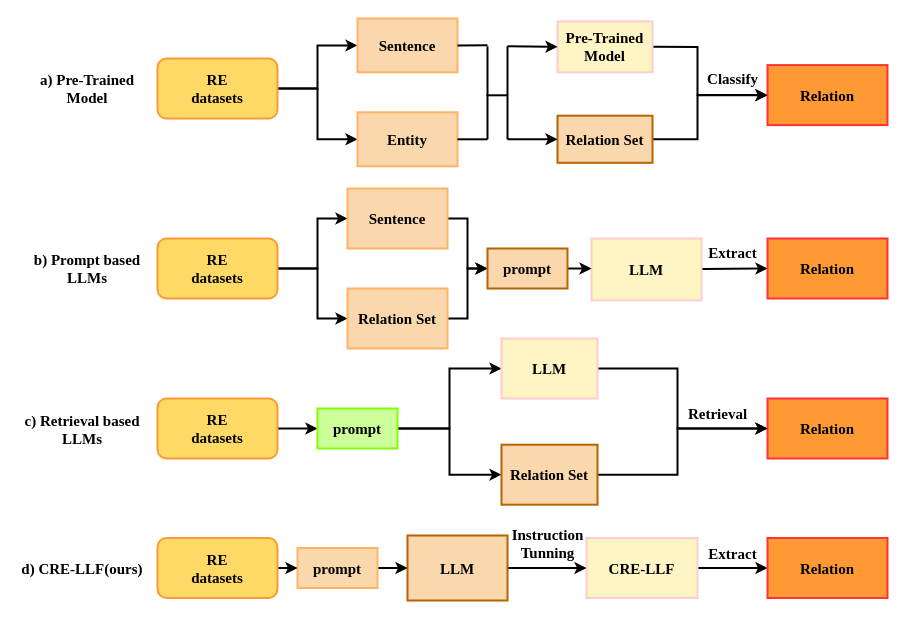
Above: Figure1.drawio in SkyuForever/CRE-LLM (draw.io), before the change. Source tidied: cells renumbered, new cells numbered last; positions are measured from the earlier drawing's top-left corner, leaving out a move shared by most shapes. Both pictures are drawn from the tidied source at 100%, with x=0, y=0 at pixel (17, 18).
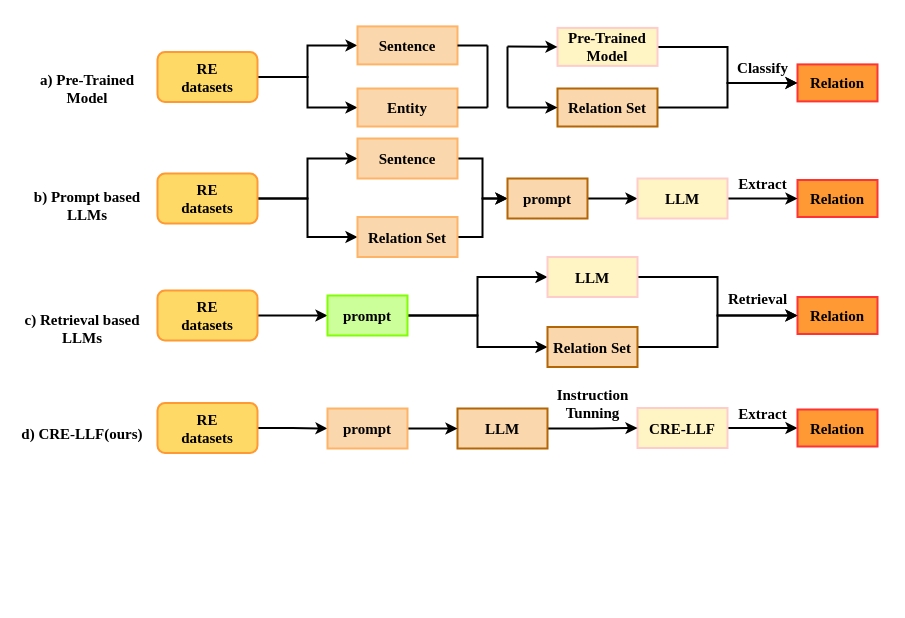
After the change.

What changed in the source:
```diff
@@
     <mxCell id="3" value="&lt;font style=&quot;font-size: 15px;&quot;&gt;RE&lt;br style=&quot;font-size: 15px;&quot;&gt;datasets&lt;/font&gt;" style="rounded=1;whiteSpace=wrap;html=1;fillColor=#FFD966;gradientColor=none;strokeWidth=2;fontFamily=Times New Roman;fontStyle=1;fontSize=15;strokeColor=#FF9933;" parent="1" vertex="1">
-      <mxGeometry x="140" y="519.5" width="120" height="60" as="geometry" />
+      <mxGeometry x="140" y="384.5" width="100" height="50" as="geometry" />
     </mxCell>
     <mxCell id="4" value="&lt;font style=&quot;font-size: 15px;&quot;&gt;Instruction &lt;br style=&quot;font-size: 15px;&quot;&gt;Tunning&lt;/font&gt;" style="text;html=1;align=center;verticalAlign=middle;strokeColor=none;fillColor=none;strokeWidth=2;fontFamily=Times New Roman;fontStyle=1;fontSize=15;" parent="1" vertex="1">
-      <mxGeometry x="480" y="499.5" width="100" height="50" as="geometry" />
+      <mxGeometry x="525" y="360" width="100" height="50" as="geometry" />
     </mxCell>
@@
     <mxCell id="6" value="&lt;font style=&quot;font-size: 15px;&quot;&gt;CRE-LLF&lt;/font&gt;" style="rounded=0;whiteSpace=wrap;html=1;fillColor=#FFF4C3;strokeWidth=2;fontFamily=Times New Roman;fontStyle=1;fontSize=15;strokeColor=#FFCCCC;" parent="1" vertex="1">
-      <mxGeometry x="569" y="519.5" width="111" height="60" as="geometry" />
+      <mxGeometry x="620" y="389.5" width="90" height="40" as="geometry" />
     </mxCell>
     <mxCell id="7" value="d) CRE-LLF(ours)" style="text;html=1;strokeColor=none;fillColor=none;align=center;verticalAlign=middle;whiteSpace=wrap;rounded=0;strokeWidth=2;fontFamily=Times New Roman;fontStyle=1;fontSize=15;" parent="1" vertex="1">
-      <mxGeometry y="534.5" width="130" height="30" as="geometry" />
+      <mxGeometry y="399.5" width="130" height="30" as="geometry" />
     </mxCell>
@@
+    <mxCell id="10" style="edgeStyle=orthogonalEdgeStyle;rounded=0;jettySize=auto;html=1;exitX=1;exitY=0.5;exitDx=0;exitDy=0;entryX=0;entryY=0.5;entryDx=0;entryDy=0;strokeWidth=2;" parent="1" edge="1" source="11" target="12">
+      <mxGeometry relative="1" as="geometry" />
+    </mxCell>
-    <mxCell id="9" style="edgeStyle=orthogonalEdgeStyle;rounded=0;jettySize=auto;html=1;exitX=1;exitY=0.5;exitDx=0;exitDy=0;entryX=0;entryY=0.5;entryDx=0;entryDy=0;strokeWidth=2;fontFamily=Times New Roman;fontStyle=1;fontSize=15;" parent="1" edge="1" source="11" target="13">
+    <mxCell id="9" style="edgeStyle=orthogonalEdgeStyle;rounded=0;jettySize=auto;html=1;exitX=1;exitY=0.5;exitDx=0;exitDy=0;entryX=0;entryY=0.5;entryDx=0;entryDy=0;strokeWidth=2;" parent="1" edge="1" source="11" target="13">
       <mxGeometry relative="1" as="geometry" />
     </mxCell>
-    <mxCell id="10" style="edgeStyle=orthogonalEdgeStyle;rounded=0;jettySize=auto;html=1;exitX=1;exitY=0.5;exitDx=0;exitDy=0;entryX=0;entryY=0.5;entryDx=0;entryDy=0;strokeWidth=2;" parent="1" edge="1" source="11" target="12">
-      <mxGeometry relative="1" as="geometry" />
-    </mxCell>
     <mxCell id="11" value="&lt;font style=&quot;font-size: 15px;&quot;&gt;RE&lt;br style=&quot;font-size: 15px;&quot;&gt;datasets&lt;/font&gt;" style="rounded=1;whiteSpace=wrap;html=1;fillColor=#FFD966;gradientColor=none;strokeWidth=2;fontFamily=Times New Roman;fontStyle=1;fontSize=15;strokeColor=#FF9933;" parent="1" vertex="1">
-      <mxGeometry x="140" y="40" width="120" height="60" as="geometry" />
+      <mxGeometry x="140" y="33.5" width="100" height="50" as="geometry" />
     </mxCell>
     <mxCell id="12" value="Sentence" style="rounded=0;whiteSpace=wrap;html=1;fillColor=#FAD7AC;strokeColor=#FFB366;strokeWidth=2;fontFamily=Times New Roman;fontStyle=1;fontSize=15;" parent="1" vertex="1">
-      <mxGeometry x="340" width="100" height="53.8" as="geometry" />
+      <mxGeometry x="340" y="7.9" width="100" height="38" as="geometry" />
     </mxCell>
     <mxCell id="13" value="Entity" style="rounded=0;whiteSpace=wrap;html=1;fillColor=#FAD7AC;strokeWidth=2;fontFamily=Times New Roman;fontStyle=1;fontSize=15;strokeColor=#FFB366;" parent="1" vertex="1">
-      <mxGeometry x="340" y="93.8" width="100" height="54" as="geometry" />
+      <mxGeometry x="340" y="70" width="100" height="38" as="geometry" />
     </mxCell>
-    <mxCell id="14" style="edgeStyle=orthogonalEdgeStyle;rounded=0;jettySize=auto;html=1;exitX=1;exitY=0.5;exitDx=0;exitDy=0;entryX=0;entryY=0.5;entryDx=0;entryDy=0;fontFamily=Times New Roman;fontStyle=1;fontSize=15;strokeWidth=2;" parent="1" edge="1" source="15" target="16">
-      <mxGeometry relative="1" as="geometry">
-        <Array as="points">
-          <mxPoint x="680" y="28.8" />
-          <mxPoint x="680" y="76.8" />
-        </Array>
-      </mxGeometry>
+    <mxCell id="14" style="edgeStyle=orthogonalEdgeStyle;rounded=0;jettySize=auto;html=1;exitX=1;exitY=0.5;exitDx=0;exitDy=0;entryX=0;entryY=0.5;entryDx=0;entryDy=0;strokeWidth=2;" parent="1" edge="1" source="15" target="16">
+      <mxGeometry relative="1" as="geometry" />
     </mxCell>
     <mxCell id="15" value="&lt;span style=&quot;font-size: 15px;&quot;&gt;Pre-Trained&lt;br&gt;Model&lt;br&gt;&lt;/span&gt;" style="rounded=0;whiteSpace=wrap;html=1;fillColor=#FFF4C3;strokeWidth=2;fontFamily=Times New Roman;fontStyle=1;fontSize=15;strokeColor=#FFCCCC;" parent="1" vertex="1">
-      <mxGeometry x="540" y="2.9" width="95" height="50.9" as="geometry" />
+      <mxGeometry x="540" y="9.4" width="100" height="38" as="geometry" />
     </mxCell>
     <mxCell id="16" value="&lt;font style=&quot;font-size: 15px;&quot;&gt;Relation&lt;/font&gt;" style="whiteSpace=wrap;html=1;rounded=0;fillColor=#FF9933;strokeWidth=2;fontFamily=Times New Roman;fontStyle=1;fontSize=15;strokeColor=#FF3333;" parent="1" vertex="1">
-      <mxGeometry x="750" y="46.6" width="120" height="60" as="geometry" />
+      <mxGeometry x="780" y="45.9" width="80" height="37" as="geometry" />
     </mxCell>
     <mxCell id="17" value="Classify" style="text;html=1;align=center;verticalAlign=middle;strokeColor=none;fillColor=none;strokeWidth=2;fontFamily=Times New Roman;fontStyle=1;fontSize=15;" parent="1" vertex="1">
-      <mxGeometry x="680" y="45.4" width="70" height="30" as="geometry" />
+      <mxGeometry x="710" y="33.5" width="70" height="30" as="geometry" />
     </mxCell>
     <mxCell id="18" value="Relation" style="whiteSpace=wrap;html=1;fillColor=#FF9933;rounded=0;strokeWidth=2;fontFamily=Times New Roman;fontStyle=1;fontSize=15;strokeColor=#FF3333;" parent="1" vertex="1">
-      <mxGeometry x="750" y="519.5" width="120" height="60" as="geometry" />
+      <mxGeometry x="780" y="391" width="80" height="37" as="geometry" />
     </mxCell>
-    <mxCell id="19" style="edgeStyle=orthogonalEdgeStyle;rounded=0;jettySize=auto;html=1;exitX=1;exitY=0.5;exitDx=0;exitDy=0;entryX=0;entryY=0.5;entryDx=0;entryDy=0;strokeWidth=2;fontFamily=Times New Roman;fontStyle=1;fontSize=15;" parent="1" edge="1" source="21" target="23">
-      <mxGeometry relative="1" as="geometry">
-        <Array as="points">
-          <mxPoint x="300" y="250" />
-          <mxPoint x="300" y="200" />
-        </Array>
-      </mxGeometry>
+    <mxCell id="19" style="edgeStyle=orthogonalEdgeStyle;rounded=0;jettySize=auto;html=1;exitX=1;exitY=0.5;exitDx=0;exitDy=0;entryX=0;entryY=0.5;entryDx=0;entryDy=0;strokeWidth=2;" parent="1" edge="1" source="21" target="23">
+      <mxGeometry relative="1" as="geometry" />
     </mxCell>
-    <mxCell id="20" style="edgeStyle=orthogonalEdgeStyle;rounded=0;jettySize=auto;html=1;exitX=1;exitY=0.5;exitDx=0;exitDy=0;entryX=0;entryY=0.5;entryDx=0;entryDy=0;strokeWidth=2;fontFamily=Times New Roman;fontStyle=1;fontSize=15;" parent="1" edge="1" source="21" target="25">
-      <mxGeometry relative="1" as="geometry">
-        <Array as="points">
-          <mxPoint x="300" y="250" />
-          <mxPoint x="300" y="300" />
-        </Array>
-      </mxGeometry>
+    <mxCell id="20" style="edgeStyle=orthogonalEdgeStyle;rounded=0;jettySize=auto;html=1;exitX=1;exitY=0.5;exitDx=0;exitDy=0;entryX=0;entryY=0.5;entryDx=0;entryDy=0;strokeWidth=2;" parent="1" edge="1" source="21" target="25">
+      <mxGeometry relative="1" as="geometry" />
     </mxCell>
     <mxCell id="21" value="&lt;font style=&quot;font-size: 15px;&quot;&gt;RE&lt;br style=&quot;font-size: 15px;&quot;&gt;datasets&lt;/font&gt;" style="rounded=1;whiteSpace=wrap;html=1;fillColor=#FFD966;gradientColor=none;strokeWidth=2;fontFamily=Times New Roman;fontStyle=1;fontSize=15;strokeColor=#FF9933;" parent="1" vertex="1">
-      <mxGeometry x="140" y="220" width="120" height="60" as="geometry" />
+      <mxGeometry x="140" y="155" width="100" height="50" as="geometry" />
     </mxCell>
@@
     <mxCell id="23" value="Sentence" style="rounded=0;whiteSpace=wrap;html=1;fillColor=#FAD7AC;strokeColor=#FFB366;strokeWidth=2;fontFamily=Times New Roman;fontStyle=1;fontSize=15;" parent="1" vertex="1">
-      <mxGeometry x="330" y="170" width="100" height="60" as="geometry" />
+      <mxGeometry x="340" y="120" width="100" height="40" as="geometry" />
     </mxCell>
@@
     <mxCell id="25" value="Relation Set" style="rounded=0;whiteSpace=wrap;html=1;fillColor=#FAD7AC;strokeWidth=2;fontFamily=Times New Roman;fontStyle=1;fontSize=15;strokeColor=#FFB366;" parent="1" vertex="1">
-      <mxGeometry x="330" y="270" width="100" height="60" as="geometry" />
+      <mxGeometry x="340" y="198.5" width="100" height="40" as="geometry" />
     </mxCell>
-    <mxCell id="26" style="edgeStyle=orthogonalEdgeStyle;rounded=0;jettySize=auto;html=1;exitX=1;exitY=0.5;exitDx=0;exitDy=0;entryX=0;entryY=0.5;entryDx=0;entryDy=0;strokeWidth=2;fontFamily=Times New Roman;fontStyle=1;fontSize=15;" parent="1" edge="1" target="27">
-      <mxGeometry relative="1" as="geometry">
-        <mxPoint x="620" y="250" as="sourcePoint" />
-      </mxGeometry>
-    </mxCell>
     <mxCell id="27" value="&lt;font style=&quot;font-size: 15px;&quot;&gt;Relation&lt;/font&gt;" style="whiteSpace=wrap;html=1;rounded=0;fillColor=#FF9933;strokeWidth=2;fontFamily=Times New Roman;fontStyle=1;fontSize=15;strokeColor=#FF3333;" parent="1" vertex="1">
-      <mxGeometry x="750" y="220" width="120" height="60" as="geometry" />
+      <mxGeometry x="780" y="161.5" width="80" height="37" as="geometry" />
     </mxCell>
-    <mxCell id="28" value="&lt;font style=&quot;font-size: 15px;&quot;&gt;LLM&lt;/font&gt;" style="rounded=0;whiteSpace=wrap;html=1;fillColor=#FFF4C3;strokeWidth=2;fontFamily=Times New Roman;fontStyle=1;fontSize=15;strokeColor=#FFCCCC;" parent="1" vertex="1">
-      <mxGeometry x="574" y="220" width="110" height="61.9" as="geometry" />
-    </mxCell>
-    <mxCell id="29" style="edgeStyle=orthogonalEdgeStyle;rounded=0;jettySize=auto;html=1;exitX=1;exitY=0.5;exitDx=0;exitDy=0;entryX=0;entryY=0.5;entryDx=0;entryDy=0;strokeWidth=2;fontFamily=Times New Roman;fontStyle=1;fontSize=15;" parent="1" edge="1" source="30" target="28">
+    <mxCell id="29" style="edgeStyle=orthogonalEdgeStyle;rounded=0;jettySize=auto;html=1;exitX=1;exitY=0.5;exitDx=0;exitDy=0;strokeWidth=2;" parent="1" edge="1" source="30" target="28">
       <mxGeometry relative="1" as="geometry" />
     </mxCell>
     <mxCell id="30" value="prompt" style="rounded=0;whiteSpace=wrap;html=1;fillColor=#FAD7AC;strokeWidth=2;fontFamily=Times New Roman;fontStyle=1;fontSize=15;strokeColor=#B46504;" parent="1" vertex="1">
-      <mxGeometry x="470" y="230" width="80" height="40" as="geometry" />
+      <mxGeometry x="490" y="160" width="80" height="40" as="geometry" />
     </mxCell>
@@
     <mxCell id="32" value="&lt;font style=&quot;font-size: 15px;&quot;&gt;LLM&lt;/font&gt;" style="rounded=0;whiteSpace=wrap;html=1;fillColor=#fad7ac;strokeColor=#b46504;strokeWidth=2;fontFamily=Times New Roman;fontStyle=1;fontSize=15;" parent="1" vertex="1">
-      <mxGeometry x="390" y="517" width="100" height="65" as="geometry" />
+      <mxGeometry x="440" y="390" width="90" height="40" as="geometry" />
     </mxCell>
@@
     <mxCell id="34" value="prompt" style="rounded=0;whiteSpace=wrap;html=1;fillColor=#FAD7AC;strokeWidth=2;fontFamily=Times New Roman;fontStyle=1;fontSize=15;strokeColor=#FFB366;" parent="1" vertex="1">
-      <mxGeometry x="280" y="529.5" width="80" height="40" as="geometry" />
+      <mxGeometry x="310" y="390" width="80" height="40" as="geometry" />
     </mxCell>
     <mxCell id="35" value="b) Prompt based LLMs" style="text;html=1;strokeColor=none;fillColor=none;align=center;verticalAlign=middle;whiteSpace=wrap;rounded=0;strokeWidth=2;fontFamily=Times New Roman;fontStyle=1;fontSize=15;" parent="1" vertex="1">
-      <mxGeometry x="15" y="235" width="110" height="30" as="geometry" />
+      <mxGeometry x="15" y="171.5" width="110" height="30" as="geometry" />
     </mxCell>
     <mxCell id="36" value="Extract" style="text;html=1;align=center;verticalAlign=middle;strokeColor=none;fillColor=none;strokeWidth=2;fontFamily=Times New Roman;fontStyle=1;fontSize=15;" parent="1" vertex="1">
-      <mxGeometry x="680" y="219.1" width="70" height="30" as="geometry" />
+      <mxGeometry x="710" y="150" width="70" height="30" as="geometry" />
     </mxCell>
@@
     <mxCell id="38" value="&lt;font style=&quot;font-size: 15px;&quot;&gt;RE&lt;br style=&quot;font-size: 15px;&quot;&gt;datasets&lt;/font&gt;" style="rounded=1;whiteSpace=wrap;html=1;fillColor=#FFD966;gradientColor=none;strokeWidth=2;fontFamily=Times New Roman;fontStyle=1;fontSize=15;strokeColor=#FF9933;" parent="1" vertex="1">
-      <mxGeometry x="140" y="380" width="120" height="60" as="geometry" />
+      <mxGeometry x="140" y="272" width="100" height="50" as="geometry" />
     </mxCell>
     <mxCell id="39" value="Relation" style="whiteSpace=wrap;html=1;rounded=0;fillColor=#FF9933;strokeWidth=2;fontFamily=Times New Roman;fontStyle=1;fontSize=15;strokeColor=#FF3333;" parent="1" vertex="1">
-      <mxGeometry x="750" y="380" width="120" height="60" as="geometry" />
+      <mxGeometry x="780" y="278.5" width="80" height="37" as="geometry" />
     </mxCell>
@@
     <mxCell id="42" value="prompt" style="rounded=0;whiteSpace=wrap;html=1;fillColor=#CCFF99;strokeWidth=2;fontFamily=Times New Roman;fontStyle=1;fontSize=15;strokeColor=#80FF00;" parent="1" vertex="1">
-      <mxGeometry x="300" y="390" width="80" height="40" as="geometry" />
+      <mxGeometry x="310" y="277" width="80" height="40" as="geometry" />
     </mxCell>
     <mxCell id="43" value="c) Retrieval based LLMs" style="text;html=1;strokeColor=none;fillColor=none;align=center;verticalAlign=middle;whiteSpace=wrap;rounded=0;strokeWidth=2;fontFamily=Times New Roman;fontStyle=1;fontSize=15;" parent="1" vertex="1">
-      <mxGeometry x="5" y="396.2" width="120" height="30" as="geometry" />
+      <mxGeometry x="5" y="294.8" width="120" height="30" as="geometry" />
     </mxCell>
     <mxCell id="44" value="Retrieval" style="text;html=1;align=center;verticalAlign=middle;strokeColor=none;fillColor=none;strokeWidth=2;fontFamily=Times New Roman;fontStyle=1;fontSize=15;" parent="1" vertex="1">
-      <mxGeometry x="660" y="380" width="80" height="30" as="geometry" />
+      <mxGeometry x="700" y="264.8" width="80" height="30" as="geometry" />
     </mxCell>
-    <mxCell id="45" style="edgeStyle=orthogonalEdgeStyle;rounded=0;jettySize=auto;html=1;exitX=1;exitY=0.5;exitDx=0;exitDy=0;entryX=0;entryY=0.5;entryDx=0;entryDy=0;fontStyle=1;fontSize=15;fontFamily=Times New Roman;strokeWidth=2;" parent="1" edge="1" source="46" target="39">
-      <mxGeometry relative="1" as="geometry">
-        <Array as="points">
-          <mxPoint x="660" y="350" />
-          <mxPoint x="660" y="410" />
-        </Array>
-      </mxGeometry>
+    <mxCell id="45" style="edgeStyle=orthogonalEdgeStyle;rounded=0;jettySize=auto;html=1;exitX=1;exitY=0.5;exitDx=0;exitDy=0;entryX=0;entryY=0.5;entryDx=0;entryDy=0;strokeWidth=2;" parent="1" edge="1" source="46" target="39">
+      <mxGeometry relative="1" as="geometry" />
     </mxCell>
     <mxCell id="46" value="&lt;font style=&quot;font-size: 15px;&quot;&gt;LLM&lt;/font&gt;" style="rounded=0;whiteSpace=wrap;html=1;fillColor=#FFF4C3;strokeWidth=2;fontFamily=Times New Roman;fontStyle=1;fontSize=15;strokeColor=#FFCCCC;" parent="1" vertex="1">
-      <mxGeometry x="484" y="320" width="96" height="60" as="geometry" />
+      <mxGeometry x="530" y="238.5" width="90" height="40" as="geometry" />
     </mxCell>
     <mxCell id="47" value="Extract" style="text;html=1;align=center;verticalAlign=middle;strokeColor=none;fillColor=none;strokeWidth=2;fontFamily=Times New Roman;fontStyle=1;fontSize=15;" parent="1" vertex="1">
-      <mxGeometry x="680" y="519.5" width="70" height="30" as="geometry" />
+      <mxGeometry x="710" y="380" width="70" height="30" as="geometry" />
     </mxCell>
-    <mxCell id="48" style="edgeStyle=orthogonalEdgeStyle;rounded=0;jettySize=auto;html=1;exitX=1;exitY=0.5;exitDx=0;exitDy=0;fontFamily=Times New Roman;fontStyle=1;fontSize=15;strokeWidth=2;" parent="1" edge="1" source="49" target="16">
-      <mxGeometry relative="1" as="geometry">
-        <Array as="points">
-          <mxPoint x="680" y="120.8" />
-          <mxPoint x="680" y="76.8" />
-        </Array>
-      </mxGeometry>
+    <mxCell id="48" style="edgeStyle=orthogonalEdgeStyle;rounded=0;jettySize=auto;html=1;exitX=1;exitY=0.5;exitDx=0;exitDy=0;entryX=0;entryY=0.5;entryDx=0;entryDy=0;strokeWidth=2;" parent="1" edge="1" source="49" target="16">
+      <mxGeometry relative="1" as="geometry" />
     </mxCell>
     <mxCell id="49" value="Relation Set" style="rounded=0;whiteSpace=wrap;html=1;fillColor=#FAD7AC;strokeWidth=2;fontFamily=Times New Roman;fontStyle=1;fontSize=15;strokeColor=#B46504;" parent="1" vertex="1">
-      <mxGeometry x="540" y="97.2" width="95" height="47.1" as="geometry" />
+      <mxGeometry x="540" y="70" width="100" height="38" as="geometry" />
     </mxCell>
-    <mxCell id="50" style="edgeStyle=orthogonalEdgeStyle;rounded=0;jettySize=auto;html=1;exitX=1;exitY=0.5;exitDx=0;exitDy=0;entryX=0;entryY=0.5;entryDx=0;entryDy=0;fontSize=15;fontStyle=1;fontFamily=Times New Roman;strokeWidth=2;" parent="1" edge="1" source="51" target="39">
-      <mxGeometry relative="1" as="geometry">
-        <Array as="points">
-          <mxPoint x="660" y="456" />
-          <mxPoint x="660" y="410" />
-        </Array>
-      </mxGeometry>
+    <mxCell id="50" style="edgeStyle=orthogonalEdgeStyle;rounded=0;jettySize=auto;html=1;exitX=1;exitY=0.5;exitDx=0;exitDy=0;entryX=0;entryY=0.5;entryDx=0;entryDy=0;strokeWidth=2;" parent="1" edge="1" source="51" target="39">
+      <mxGeometry relative="1" as="geometry" />
     </mxCell>
     <mxCell id="51" value="Relation Set" style="rounded=0;whiteSpace=wrap;html=1;fillColor=#FAD7AC;strokeWidth=2;fontFamily=Times New Roman;fontStyle=1;fontSize=15;strokeColor=#B46504;" parent="1" vertex="1">
-      <mxGeometry x="484" y="426.2" width="96" height="60" as="geometry" />
+      <mxGeometry x="530" y="308.5" width="90" height="40" as="geometry" />
     </mxCell>
     <mxCell id="52" style="endArrow=none;html=1;rounded=0;fontFamily=Times New Roman;fontStyle=1;fontSize=15;strokeWidth=2;" parent="1" edge="1">
       <mxGeometry relative="1" as="geometry">
-        <mxPoint x="470" y="120.8" as="sourcePoint" />
-        <mxPoint x="470" y="27.8" as="targetPoint" />
+        <mxPoint x="470" y="89" as="sourcePoint" />
+        <mxPoint x="470" y="27" as="targetPoint" />
       </mxGeometry>
     </mxCell>
-    <mxCell id="53" style="endArrow=none;html=1;rounded=0;fontFamily=Times New Roman;fontStyle=1;fontSize=15;strokeWidth=2;" parent="1" edge="1">
-      <mxGeometry relative="1" as="geometry">
-        <mxPoint x="469" y="76.8" as="sourcePoint" />
-        <mxPoint x="490" y="76.8" as="targetPoint" />
-      </mxGeometry>
-    </mxCell>
     <mxCell id="54" style="endArrow=classic;html=1;rounded=0;entryX=0;entryY=0.5;entryDx=0;entryDy=0;fontFamily=Times New Roman;fontStyle=1;fontSize=15;strokeWidth=2;" parent="1" edge="1" target="15">
       <mxGeometry relative="1" as="geometry">
-        <mxPoint x="490" y="27.8" as="sourcePoint" />
+        <mxPoint x="490" y="28" as="sourcePoint" />
       </mxGeometry>
     </mxCell>
     <mxCell id="55" style="endArrow=classic;html=1;rounded=0;entryX=0;entryY=0.5;entryDx=0;entryDy=0;fontFamily=Times New Roman;fontStyle=1;fontSize=15;strokeWidth=2;" parent="1" edge="1" target="49">
       <mxGeometry relative="1" as="geometry">
-        <mxPoint x="490" y="120.8" as="sourcePoint" />
+        <mxPoint x="490" y="89" as="sourcePoint" />
       </mxGeometry>
     </mxCell>
     <mxCell id="56" style="endArrow=none;html=1;rounded=0;entryX=1;entryY=0.5;entryDx=0;entryDy=0;strokeWidth=2;" parent="1" edge="1" target="12">
       <mxGeometry relative="1" as="geometry">
-        <mxPoint x="470" y="26.8" as="sourcePoint" />
+        <mxPoint x="470" y="27" as="sourcePoint" />
       </mxGeometry>
     </mxCell>
     <mxCell id="57" style="endArrow=none;html=1;rounded=0;exitX=1;exitY=0.5;exitDx=0;exitDy=0;strokeWidth=2;" parent="1" edge="1" source="13">
       <mxGeometry relative="1" as="geometry">
-        <mxPoint x="470" y="120.8" as="targetPoint" />
+        <mxPoint x="470" y="89" as="targetPoint" />
       </mxGeometry>
     </mxCell>
     <mxCell id="58" style="endArrow=none;html=1;rounded=0;fontFamily=Times New Roman;fontStyle=1;fontSize=15;strokeWidth=2;" parent="1" edge="1">
       <mxGeometry relative="1" as="geometry">
-        <mxPoint x="490" y="120.8" as="sourcePoint" />
-        <mxPoint x="490" y="27.8" as="targetPoint" />
+        <mxPoint x="490" y="89" as="sourcePoint" />
+        <mxPoint x="490" y="28" as="targetPoint" />
       </mxGeometry>
     </mxCell>
+    <mxCell id="59" style="edgeStyle=orthogonalEdgeStyle;rounded=0;jettySize=auto;html=1;exitX=1;exitY=0.5;exitDx=0;exitDy=0;entryX=0;entryY=0.5;entryDx=0;entryDy=0;strokeWidth=2;" parent="1" edge="1" source="28" target="27">
+      <mxGeometry relative="1" as="geometry" />
+    </mxCell>
+    <mxCell id="28" value="&lt;font style=&quot;font-size: 15px;&quot;&gt;LLM&lt;/font&gt;" style="rounded=0;whiteSpace=wrap;html=1;fillColor=#FFF4C3;strokeWidth=2;fontFamily=Times New Roman;fontStyle=1;fontSize=15;strokeColor=#FFCCCC;" parent="1" vertex="1">
+      <mxGeometry x="620" y="160" width="90" height="40" as="geometry" />
+    </mxCell>
```
